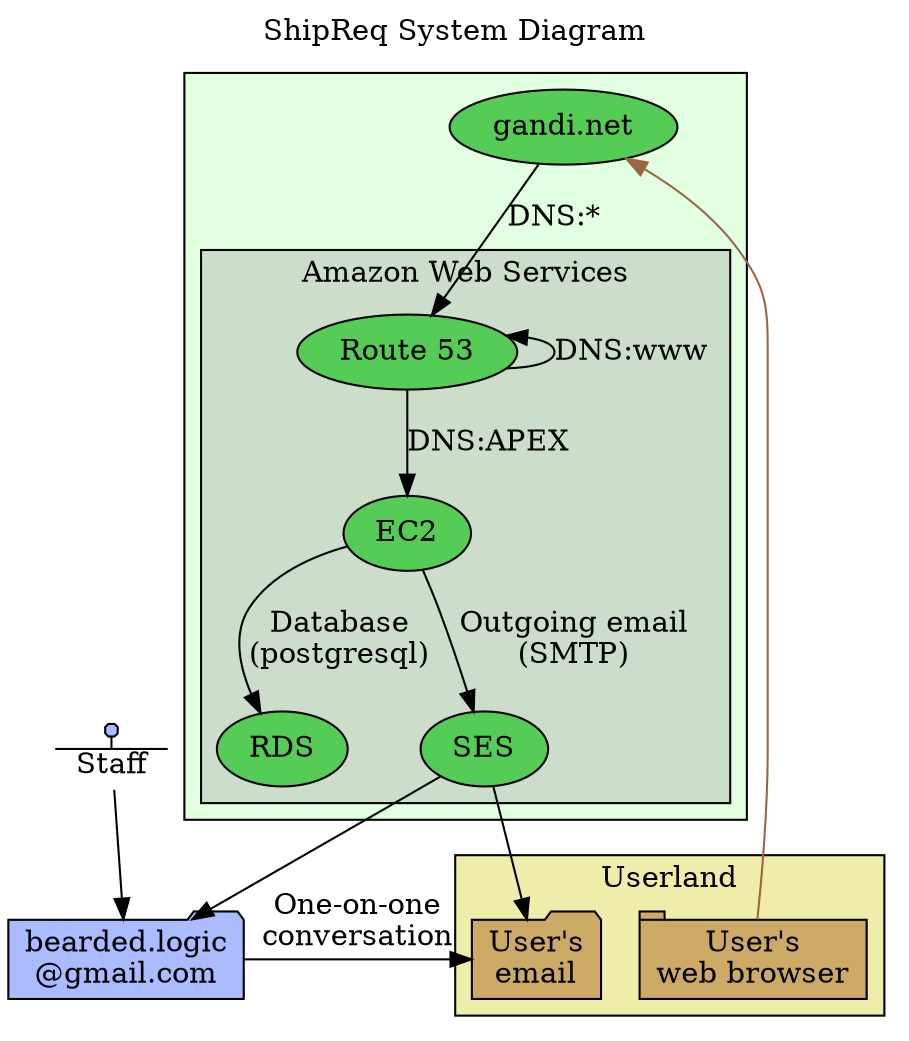
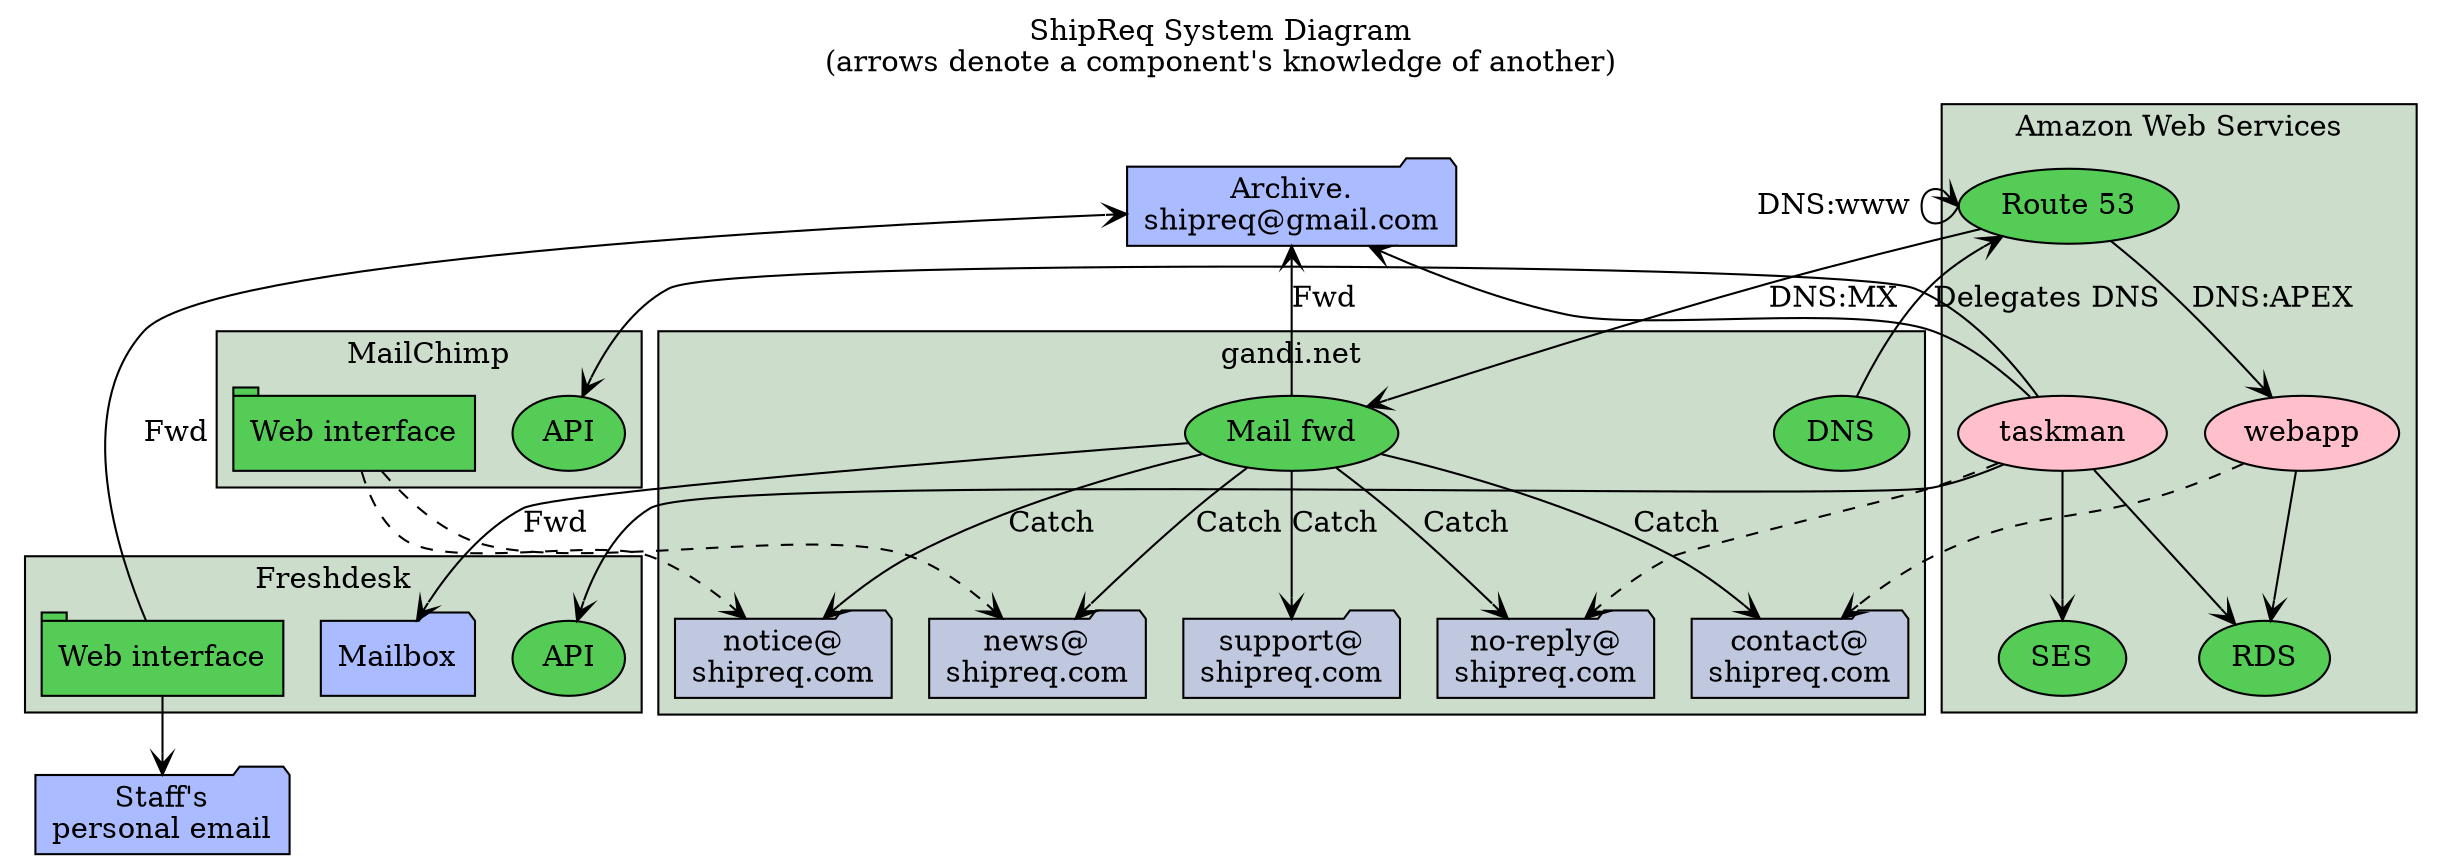
digraph G {
  compound=true
  labelloc=t
-   label="ShipReq System Diagram"
+   label="ShipReq System Diagram\n(arrows denote a component's knowledge of another)"
+   style=filled fillcolor="#e2ffe2"
+   node [style=filled fillcolor="#55cc55"]
+   edge [arrowhead=vee arrowtail=vee]

  // -----------------------------------------------------------------------------------------------

-   me [shape=proteinstab style=filled fillcolor="#aabbff" label="\nStaff"]
+   mail_archive [label="Archive.\nshipreq@gmail.com" shape=folder style=filled fillcolor="#aabbff"]
+   staff_mail   [label="Staff's\npersonal email" shape=folder style=filled fillcolor="#aabbff"]

-   { node[shape=folder style=filled]
-     eaddr_blogic [label="bearded.logic\n@gmail.com" fillcolor="#aabbff"]
+   subgraph cluster_gandi {
+     fillcolor="#ccddcc"
+     label="gandi.net"
+     gandi_dns [label="DNS"]
+     gandi_mx [label="Mail fwd"]
+     {node[shape=folder style=filled fillcolor="#c0c8e0"]
+       ea_contact [label="contact@\nshipreq.com"]
+       ea_news    [label="news@\nshipreq.com"]
+       ea_notice  [label="notice@\nshipreq.com"]
+       ea_support [label="support@\nshipreq.com"]
+       ea_noreply [label="no-reply@\nshipreq.com"]
+     }
  }

-   subgraph cluster_usr {
-     style=filled
-     fillcolor="#eeeeaa"
-     node [style=filled fillcolor="#ccaa66"]
- 
-     label="Userland"
-     usr_web [label="User's\nweb browser" shape=tab]
-     usr_email [label="User's\nemail" shape=folder]
+   subgraph cluster_aws {
+     fillcolor="#ccddcc"
+     label="Amazon Web Services"
+     aws_r53 [label="Route 53"]
+     aws_rds [label="RDS"]
+     aws_ses [label="SES"]
+     {node[fillcolor=pink]
+       webapp  [label="webapp"]
+       taskman [label="taskman"]
+     }
  }

-   subgraph cluster_net {
-     style=filled
-     fillcolor="#e2ffe2"
-     node [style=filled fillcolor="#55cc55"]
-     label=""
+   subgraph cluster_mc {
+     fillcolor="#ccddcc"
+     label="MailChimp"
+     mc_api [label="API"]
+     mc_web [label="Web interface" shape=tab]
+   }

-     gandi [label="gandi.net"]
- 
-     subgraph cluster_aws {
-       fillcolor="#ccddcc"
-       // node[shape=rect]
-       label="Amazon Web Services"
-       aws_r53 [label="Route 53"]
-       aws_ec2 [label="EC2"]
-       aws_rds [label="RDS"]
-       aws_ses [label="SES"]
-     }
+   subgraph cluster_fd {
+     fillcolor="#ccddcc"
+     label="Freshdesk"
+     fd_mail [label="Mailbox" shape=folder style=filled fillcolor="#aabbff"]
+     fd_web [label="Web interface" shape=tab]
+     fd_api [label="API"]
  }

  // -----------------------------------------------------------------------------------------------

-   usr_web -> gandi [color="#996644"]
-   gandi -> aws_r53 [label="DNS:*"]
-   aws_r53 -> aws_r53 [label="DNS:www" dir=back]
-   aws_r53 -> aws_ec2 [label="DNS:APEX"]
-   aws_ec2 -> aws_rds [label="Database\n(postgresql)"]
-   aws_ec2 -> aws_ses [label="Outgoing email\n(SMTP)"]
-   aws_ses -> {eaddr_blogic; usr_email}
-   eaddr_blogic -> usr_email [label="One-on-one\nconversation"]
-   me -> eaddr_blogic
+   // DNS
+   gandi_dns    -> aws_r53   [label="Delegates DNS"]
+   aws_r53:w    -> aws_r53:w [label="DNS:www " dir=back]
+   aws_r53      -> webapp    [label="DNS:APEX"]
+ 
+   // Email forwarding
+   aws_r53      -> gandi_mx [label="DNS:MX"]
+   gandi_mx     -> ea_support,ea_noreply,ea_contact,ea_news,ea_notice [label="Catch"]
+   gandi_mx     -> fd_mail [label="Fwd"]
+   mail_archive -> gandi_mx [label="Fwd" dir=back]
+ 
+   webapp       -> aws_rds
+   webapp       -> ea_contact [style=dashed]
+ 
+   taskman      -> aws_ses
+   taskman      -> aws_rds
+   taskman      -> mc_api
+   taskman      -> fd_api
+   taskman      -> ea_noreply [style=dashed]
+   mail_archive -> taskman [dir=back]
+ 
+   mc_web       -> ea_news,ea_notice [style=dashed]
+ 
+   fd_web       -> staff_mail
+   mail_archive -> fd_web [label="Fwd" dir=back]
+ 
}
